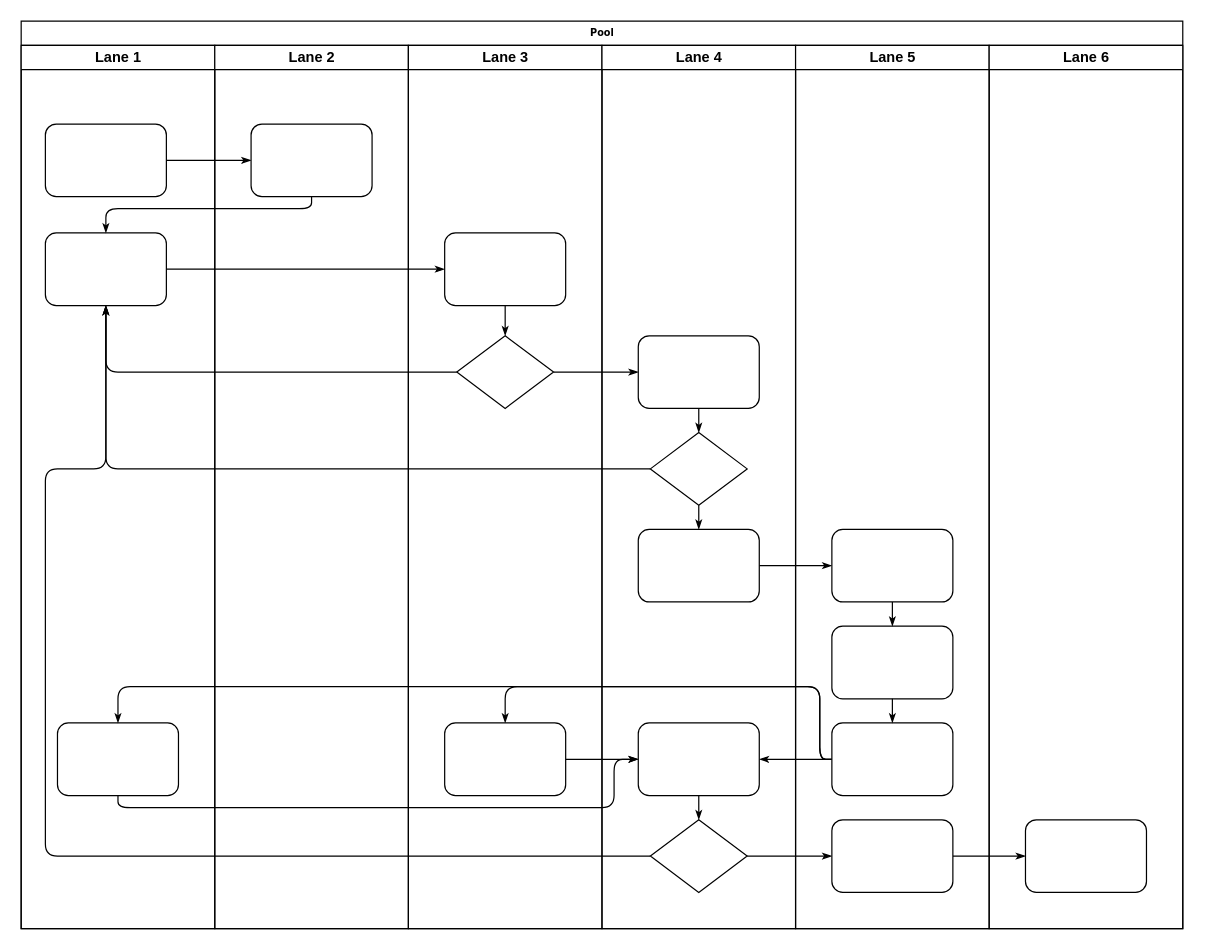
The draw.io diagram data/上尚保鲜机台扫码流程.drawio in chenyanxi/hosts, before the edit. Source tidied: cells renumbered, new cells numbered last; positions are measured from the earlier drawing's top-left corner, leaving out a move shared by most shapes. Both pictures are drawn from the tidied source at 121%, with x=0, y=0 at pixel (21, 21).
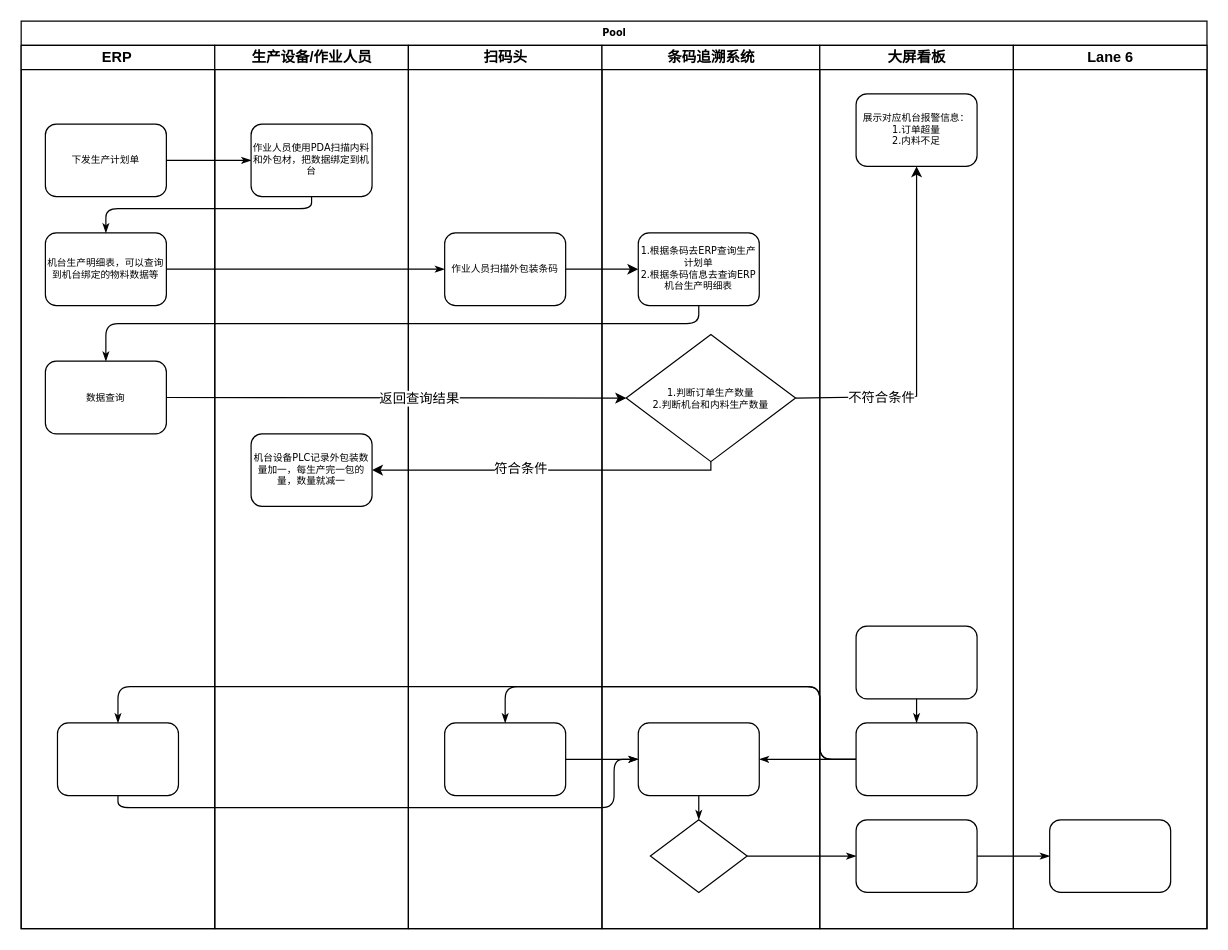
The same page after the edit.

Commit message (it also covers changes not shown here):
更新上尚保鲜机台扫码流程.drawio

Unchanged cells that the change refers to:
```xml
<mxCell id="34" style="rhombus;whiteSpace=wrap;html=1;rounded=0;shadow=0;labelBackgroundColor=none;strokeWidth=1;fontFamily=Verdana;fontSize=8;align=center;" parent="29" vertex="1">
  <mxGeometry x="40" y="640" width="80" height="60" as="geometry" />
</mxCell>
<mxCell id="40" style="rounded=1;whiteSpace=wrap;html=1;shadow=0;labelBackgroundColor=none;strokeWidth=1;fontFamily=Verdana;fontSize=8;align=center;" parent="38" vertex="1">
  <mxGeometry x="30" y="480" width="100" height="60" as="geometry" />
</mxCell>
```

Change to the diagram source:
```diff
@@
     <mxCell id="2" value="Pool" style="swimlane;html=1;startSize=20;rounded=0;shadow=0;labelBackgroundColor=none;strokeWidth=1;fontFamily=Verdana;fontSize=8;align=center;" parent="1" vertex="1">
-      <mxGeometry width="960" height="750" as="geometry" />
+      <mxGeometry width="980" height="750" as="geometry" />
     </mxCell>
-    <mxCell id="3" value="Lane 1" style="swimlane;html=1;startSize=20;" parent="2" vertex="1">
+    <mxCell id="3" value="ERP&lt;span style=&quot;white-space: pre;&quot;&gt;&#9;&lt;/span&gt;" style="swimlane;html=1;startSize=20;" parent="2" vertex="1">
       <mxGeometry y="20" width="160" height="730" as="geometry" />
     </mxCell>
-    <mxCell id="4" style="rounded=1;whiteSpace=wrap;html=1;shadow=0;labelBackgroundColor=none;strokeWidth=1;fontFamily=Verdana;fontSize=8;align=center;" parent="3" vertex="1">
+    <mxCell id="4" value="下发生产计划单" style="rounded=1;whiteSpace=wrap;html=1;shadow=0;labelBackgroundColor=none;strokeWidth=1;fontFamily=Verdana;fontSize=8;align=center;" parent="3" vertex="1">
       <mxGeometry x="20" y="65" width="100" height="60" as="geometry" />
     </mxCell>
-    <mxCell id="5" style="rounded=1;whiteSpace=wrap;html=1;shadow=0;labelBackgroundColor=none;strokeWidth=1;fontFamily=Verdana;fontSize=8;align=center;" parent="3" vertex="1">
+    <mxCell id="5" value="机台生产明细表，可以查询到机台绑定的物料数据等" style="rounded=1;whiteSpace=wrap;html=1;shadow=0;labelBackgroundColor=none;strokeWidth=1;fontFamily=Verdana;fontSize=8;align=center;" parent="3" vertex="1">
       <mxGeometry x="20" y="155" width="100" height="60" as="geometry" />
     </mxCell>
@@
+    <mxCell id="47" value="数据查询" style="rounded=1;whiteSpace=wrap;html=1;shadow=0;labelBackgroundColor=none;strokeWidth=1;fontFamily=Verdana;fontSize=8;align=center;" parent="3" vertex="1">
+      <mxGeometry x="20" y="261" width="100" height="60" as="geometry" />
+    </mxCell>
@@
-    <mxCell id="10" style="edgeStyle=orthogonalEdgeStyle;rounded=1;html=1;labelBackgroundColor=none;startArrow=none;startFill=0;startSize=5;endArrow=classicThin;endFill=1;endSize=5;jettySize=auto;strokeWidth=1;fontFamily=Verdana;fontSize=8;" parent="2" edge="1" source="26" target="5">
-      <mxGeometry relative="1" as="geometry" />
+    <mxCell id="10" style="edgeStyle=orthogonalEdgeStyle;rounded=1;html=1;labelBackgroundColor=none;startArrow=none;startFill=0;startSize=5;endArrow=classicThin;endFill=1;endSize=5;jettySize=auto;strokeWidth=1;fontFamily=Verdana;fontSize=8;exitX=0.5;exitY=1;exitDx=0;exitDy=0;entryX=0.5;entryY=0;entryDx=0;entryDy=0;" parent="2" edge="1" source="30" target="47">
+      <mxGeometry relative="1" as="geometry">
+        <Array as="points">
+          <mxPoint x="560" y="250" />
+          <mxPoint x="70" y="250" />
+        </Array>
+      </mxGeometry>
     </mxCell>
-    <mxCell id="11" style="edgeStyle=orthogonalEdgeStyle;rounded=1;html=1;labelBackgroundColor=none;startArrow=none;startFill=0;startSize=5;endArrow=classicThin;endFill=1;endSize=5;jettySize=auto;strokeWidth=1;fontFamily=Verdana;fontSize=8;" parent="2" edge="1" source="31" target="5">
-      <mxGeometry relative="1" as="geometry" />
-    </mxCell>
-    <mxCell id="12" style="edgeStyle=orthogonalEdgeStyle;rounded=1;html=1;labelBackgroundColor=none;startArrow=none;startFill=0;startSize=5;endArrow=classicThin;endFill=1;endSize=5;jettySize=auto;strokeWidth=1;fontFamily=Verdana;fontSize=8;" parent="2" edge="1" source="34" target="5">
-      <mxGeometry relative="1" as="geometry">
-        <Array as="points">
-          <mxPoint x="20" y="690" />
-          <mxPoint x="20" y="370" />
-          <mxPoint x="70" y="370" />
-        </Array>
-      </mxGeometry>
-    </mxCell>
-    <mxCell id="13" style="edgeStyle=orthogonalEdgeStyle;rounded=1;html=1;labelBackgroundColor=none;startArrow=none;startFill=0;startSize=5;endArrow=classicThin;endFill=1;endSize=5;jettySize=auto;strokeWidth=1;fontFamily=Verdana;fontSize=8;" parent="2" edge="1" source="26" target="30">
-      <mxGeometry relative="1" as="geometry" />
-    </mxCell>
@@
-    <mxCell id="16" style="edgeStyle=orthogonalEdgeStyle;rounded=1;html=1;labelBackgroundColor=none;startArrow=none;startFill=0;startSize=5;endArrow=classicThin;endFill=1;endSize=5;jettySize=auto;strokeWidth=1;fontFamily=Verdana;fontSize=8;" parent="2" edge="1" source="32" target="39">
-      <mxGeometry relative="1" as="geometry" />
-    </mxCell>
@@
-    <mxCell id="22" value="Lane 2" style="swimlane;html=1;startSize=20;" parent="2" vertex="1">
+    <mxCell id="22" value="生产设备/作业人员" style="swimlane;html=1;startSize=20;" parent="2" vertex="1">
       <mxGeometry x="160" y="20" width="160" height="730" as="geometry" />
     </mxCell>
-    <mxCell id="23" style="rounded=1;whiteSpace=wrap;html=1;shadow=0;labelBackgroundColor=none;strokeWidth=1;fontFamily=Verdana;fontSize=8;align=center;" parent="22" vertex="1">
+    <mxCell id="23" value="作业人员使用PDA扫描内料和外包材，把数据绑定到机台" style="rounded=1;whiteSpace=wrap;html=1;shadow=0;labelBackgroundColor=none;strokeWidth=1;fontFamily=Verdana;fontSize=8;align=center;" parent="22" vertex="1">
       <mxGeometry x="30" y="65" width="100" height="60" as="geometry" />
     </mxCell>
+    <mxCell id="48" value="机台设备PLC记录外包装数量加一，每生产完一包的量，数量就减一" style="rounded=1;whiteSpace=wrap;html=1;shadow=0;labelBackgroundColor=none;strokeWidth=1;fontFamily=Verdana;fontSize=8;align=center;" parent="22" vertex="1">
+      <mxGeometry x="30" y="321" width="100" height="60" as="geometry" />
+    </mxCell>
-    <mxCell id="24" value="Lane 3" style="swimlane;html=1;startSize=20;" parent="2" vertex="1">
+    <mxCell id="24" value="扫码头" style="swimlane;html=1;startSize=20;" parent="2" vertex="1">
       <mxGeometry x="320" y="20" width="160" height="730" as="geometry" />
     </mxCell>
-    <mxCell id="25" style="rounded=1;whiteSpace=wrap;html=1;shadow=0;labelBackgroundColor=none;strokeWidth=1;fontFamily=Verdana;fontSize=8;align=center;" parent="24" vertex="1">
+    <mxCell id="25" value="作业人员扫描外包装条码" style="rounded=1;whiteSpace=wrap;html=1;shadow=0;labelBackgroundColor=none;strokeWidth=1;fontFamily=Verdana;fontSize=8;align=center;" parent="24" vertex="1">
       <mxGeometry x="30" y="155" width="100" height="60" as="geometry" />
     </mxCell>
-    <mxCell id="26" style="rhombus;whiteSpace=wrap;html=1;rounded=0;shadow=0;labelBackgroundColor=none;strokeWidth=1;fontFamily=Verdana;fontSize=8;align=center;" parent="24" vertex="1">
-      <mxGeometry x="40" y="240" width="80" height="60" as="geometry" />
-    </mxCell>
@@
-    <mxCell id="28" style="edgeStyle=orthogonalEdgeStyle;rounded=1;html=1;labelBackgroundColor=none;startArrow=none;startFill=0;startSize=5;endArrow=classicThin;endFill=1;endSize=5;jettySize=auto;strokeWidth=1;fontFamily=Verdana;fontSize=8;" parent="24" edge="1" source="25" target="26">
-      <mxGeometry relative="1" as="geometry" />
-    </mxCell>
-    <mxCell id="29" value="Lane 4" style="swimlane;html=1;startSize=20;" parent="2" vertex="1">
-      <mxGeometry x="480" y="20" width="160" height="730" as="geometry" />
+    <mxCell id="29" value="条码追溯系统" style="swimlane;html=1;startSize=20;" parent="2" vertex="1">
+      <mxGeometry x="480" y="20" width="180" height="730" as="geometry" />
     </mxCell>
-    <mxCell id="30" style="rounded=1;whiteSpace=wrap;html=1;shadow=0;labelBackgroundColor=none;strokeWidth=1;fontFamily=Verdana;fontSize=8;align=center;" parent="29" vertex="1">
-      <mxGeometry x="30" y="240" width="100" height="60" as="geometry" />
+    <mxCell id="30" value="1.根据条码去ERP查询生产计划单&lt;br&gt;2.根据条码信息去查询ERP机台生产明细表" style="rounded=1;whiteSpace=wrap;html=1;shadow=0;labelBackgroundColor=none;strokeWidth=1;fontFamily=Verdana;fontSize=8;align=center;" parent="29" vertex="1">
+      <mxGeometry x="30" y="155" width="100" height="60" as="geometry" />
     </mxCell>
-    <mxCell id="31" style="rhombus;whiteSpace=wrap;html=1;rounded=0;shadow=0;labelBackgroundColor=none;strokeWidth=1;fontFamily=Verdana;fontSize=8;align=center;" parent="29" vertex="1">
-      <mxGeometry x="40" y="320" width="80" height="60" as="geometry" />
-    </mxCell>
-    <mxCell id="32" style="rounded=1;whiteSpace=wrap;html=1;shadow=0;labelBackgroundColor=none;strokeWidth=1;fontFamily=Verdana;fontSize=8;align=center;" parent="29" vertex="1">
-      <mxGeometry x="30" y="400" width="100" height="60" as="geometry" />
-    </mxCell>
@@
-    <mxCell id="35" style="edgeStyle=orthogonalEdgeStyle;rounded=1;html=1;labelBackgroundColor=none;startArrow=none;startFill=0;startSize=5;endArrow=classicThin;endFill=1;endSize=5;jettySize=auto;strokeColor=#000000;strokeWidth=1;fontFamily=Verdana;fontSize=8;fontColor=#000000;" parent="29" edge="1" source="30" target="31">
-      <mxGeometry relative="1" as="geometry" />
-    </mxCell>
-    <mxCell id="36" style="edgeStyle=orthogonalEdgeStyle;rounded=1;html=1;labelBackgroundColor=none;startArrow=none;startFill=0;startSize=5;endArrow=classicThin;endFill=1;endSize=5;jettySize=auto;strokeWidth=1;fontFamily=Verdana;fontSize=8;" parent="29" edge="1" source="31" target="32">
-      <mxGeometry relative="1" as="geometry" />
-    </mxCell>
@@
+    <mxCell id="49" value="1.判断订单生产数量&lt;br style=&quot;border-color: var(--border-color);&quot;&gt;2.判断机台和内料生产数量" style="rhombus;whiteSpace=wrap;html=1;rounded=0;shadow=0;labelBackgroundColor=none;strokeWidth=1;fontFamily=Verdana;fontSize=8;align=center;" parent="29" vertex="1">
+      <mxGeometry x="20" y="239" width="140" height="105" as="geometry" />
+    </mxCell>
-    <mxCell id="38" value="Lane 5" style="swimlane;html=1;startSize=20;" parent="2" vertex="1">
-      <mxGeometry x="640" y="20" width="160" height="730" as="geometry" />
+    <mxCell id="38" value="大屏看板" style="swimlane;html=1;startSize=20;" parent="2" vertex="1">
+      <mxGeometry x="660" y="20" width="160" height="730" as="geometry" />
     </mxCell>
-    <mxCell id="39" style="rounded=1;whiteSpace=wrap;html=1;shadow=0;labelBackgroundColor=none;strokeWidth=1;fontFamily=Verdana;fontSize=8;align=center;" parent="38" vertex="1">
-      <mxGeometry x="30" y="400" width="100" height="60" as="geometry" />
+    <mxCell id="39" value="展示对应机台报警信息：&lt;br&gt;1.订单超量&lt;br&gt;2.内料不足" style="rounded=1;whiteSpace=wrap;html=1;shadow=0;labelBackgroundColor=none;strokeWidth=1;fontFamily=Verdana;fontSize=8;align=center;" parent="38" vertex="1">
+      <mxGeometry x="30" y="40" width="100" height="60" as="geometry" />
     </mxCell>
@@
-    <mxCell id="43" style="edgeStyle=orthogonalEdgeStyle;rounded=1;html=1;labelBackgroundColor=none;startArrow=none;startFill=0;startSize=5;endArrow=classicThin;endFill=1;endSize=5;jettySize=auto;strokeWidth=1;fontFamily=Verdana;fontSize=8;" parent="38" edge="1" source="39" target="40">
-      <mxGeometry relative="1" as="geometry" />
-    </mxCell>
@@
     <mxCell id="45" value="Lane 6" style="swimlane;html=1;startSize=20;" parent="2" vertex="1">
-      <mxGeometry x="800" y="20" width="160" height="730" as="geometry" />
+      <mxGeometry x="820" y="20" width="160" height="730" as="geometry" />
     </mxCell>
@@
+    <mxCell id="50" style="endArrow=classic;html=1;rounded=0;exitX=1;exitY=0.5;exitDx=0;exitDy=0;entryX=0;entryY=0.5;entryDx=0;entryDy=0;" parent="2" edge="1" source="25" target="30">
+      <mxGeometry relative="1" as="geometry" />
+    </mxCell>
+    <mxCell id="51" style="endArrow=classic;html=1;rounded=0;exitX=1;exitY=0.5;exitDx=0;exitDy=0;entryX=0;entryY=0.5;entryDx=0;entryDy=0;" parent="2" edge="1" source="47" target="49">
+      <mxGeometry relative="1" as="geometry" />
+    </mxCell>
+    <mxCell id="52" value="返回查询结果" style="edgeLabel;html=1;align=center;verticalAlign=middle;" parent="51" vertex="1">
+      <mxGeometry x="0.1" relative="1" as="geometry" />
+    </mxCell>
+    <mxCell id="53" style="endArrow=classic;html=1;rounded=0;exitX=0.5;exitY=1;exitDx=0;exitDy=0;entryX=1;entryY=0.5;entryDx=0;entryDy=0;" parent="2" edge="1" source="49" target="48">
+      <mxGeometry relative="1" as="geometry">
+        <Array as="points">
+          <mxPoint x="570" y="371" />
+        </Array>
+      </mxGeometry>
+    </mxCell>
+    <mxCell id="54" value="符合条件" style="edgeLabel;html=1;align=center;verticalAlign=middle;" parent="53" vertex="1">
+      <mxGeometry x="0.15" y="-2" relative="1" as="geometry" />
+    </mxCell>
+    <mxCell id="55" style="endArrow=classic;html=1;rounded=0;exitX=1;exitY=0.5;exitDx=0;exitDy=0;entryX=0.5;entryY=1;entryDx=0;entryDy=0;" parent="2" edge="1" source="49" target="39">
+      <mxGeometry relative="1" as="geometry">
+        <Array as="points">
+          <mxPoint x="740" y="310" />
+        </Array>
+      </mxGeometry>
+    </mxCell>
+    <mxCell id="56" value="不符合条件" style="edgeLabel;html=1;align=center;verticalAlign=middle;" parent="55" vertex="1">
+      <mxGeometry x="-0.51" relative="1" as="geometry" />
+    </mxCell>
```
